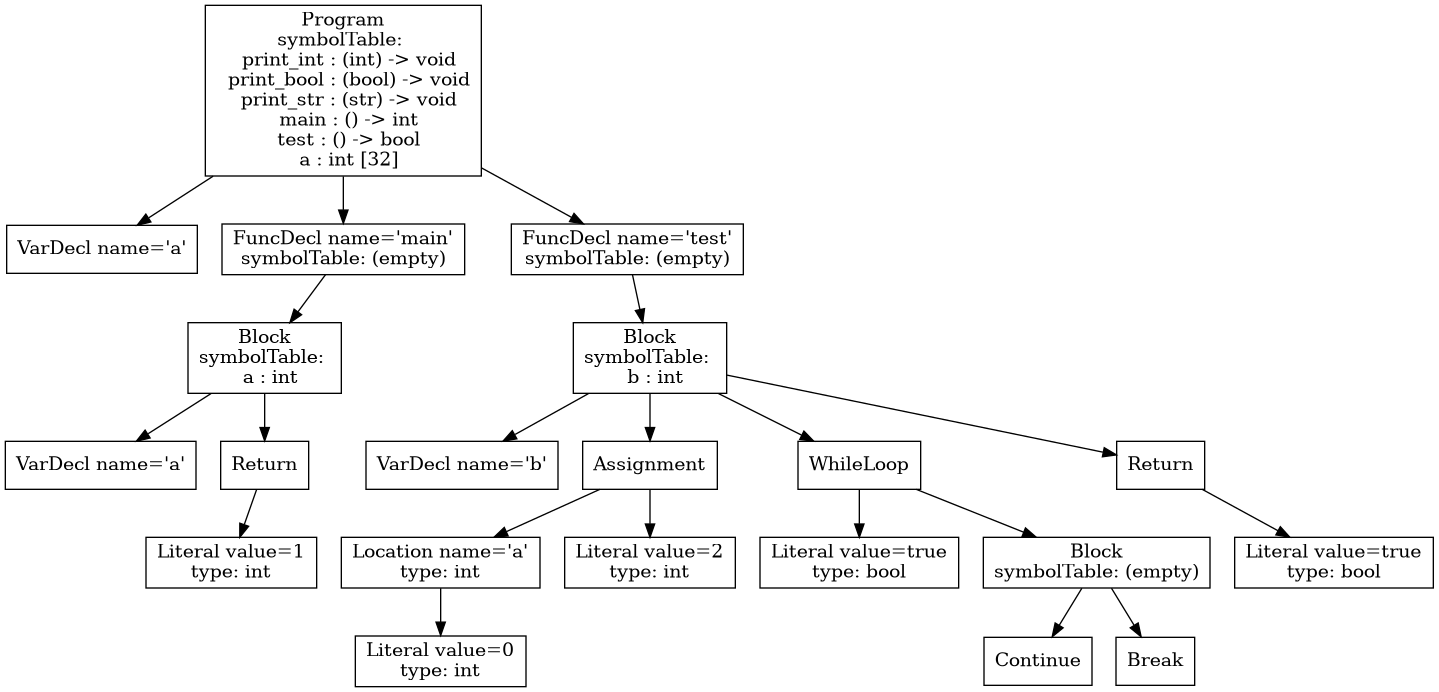
This is p3-analysis/tree.png from purejerome/cs432_project, a Graphviz export, as it was before one commit. Its source is kept beside it as p3-analysis/tree.dot.
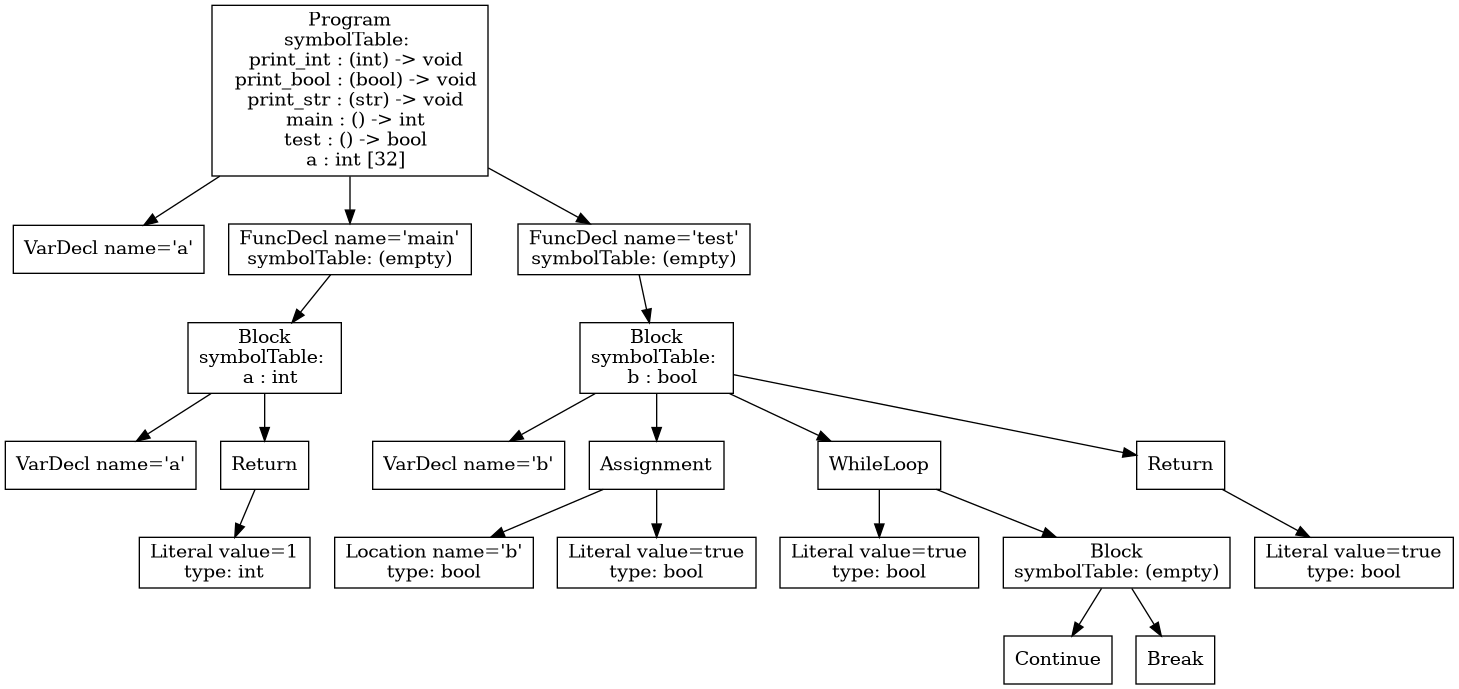
The same file after the commit.

Diff of the diagram source:
```diff
@@ -10,30 +10,28 @@
 2 [shape=box, label="FuncDecl name='main'\nsymbolTable: (empty)"];
 2 -> 3;
 9 [shape=box, label="VarDecl name='b'"];
-12 [shape=box, label="Literal value=0\ntype: int"];
-11 [shape=box, label="Location name='a'\ntype: int"];
-11 -> 12;
-13 [shape=box, label="Literal value=2\ntype: int"];
+11 [shape=box, label="Location name='b'\ntype: bool"];
+12 [shape=box, label="Literal value=true\ntype: bool"];
 10 [shape=box, label="Assignment"];
 10 -> 11;
-10 -> 13;
-15 [shape=box, label="Literal value=true\ntype: bool"];
-17 [shape=box, label="Continue"];
-18 [shape=box, label="Break"];
-16 [shape=box, label="Block\nsymbolTable: (empty)"];
-16 -> 17;
-16 -> 18;
-14 [shape=box, label="WhileLoop"];
-14 -> 15;
-14 -> 16;
-20 [shape=box, label="Literal value=true\ntype: bool"];
-19 [shape=box, label="Return"];
-19 -> 20;
-8 [shape=box, label="Block\nsymbolTable: \n  b : int"];
+10 -> 12;
+14 [shape=box, label="Literal value=true\ntype: bool"];
+16 [shape=box, label="Continue"];
+17 [shape=box, label="Break"];
+15 [shape=box, label="Block\nsymbolTable: (empty)"];
+15 -> 16;
+15 -> 17;
+13 [shape=box, label="WhileLoop"];
+13 -> 14;
+13 -> 15;
+19 [shape=box, label="Literal value=true\ntype: bool"];
+18 [shape=box, label="Return"];
+18 -> 19;
+8 [shape=box, label="Block\nsymbolTable: \n  b : bool"];
 8 -> 9;
 8 -> 10;
-8 -> 14;
-8 -> 19;
+8 -> 13;
+8 -> 18;
 7 [shape=box, label="FuncDecl name='test'\nsymbolTable: (empty)"];
 7 -> 8;
 0 [shape=box, label="Program\nsymbolTable: \n  print_int : (int) -> void\n  print_bool : (bool) -> void\n  print_str : (str) -> void\n  main : () -> int\n  test : () -> bool\n  a : int [32]"];
```
